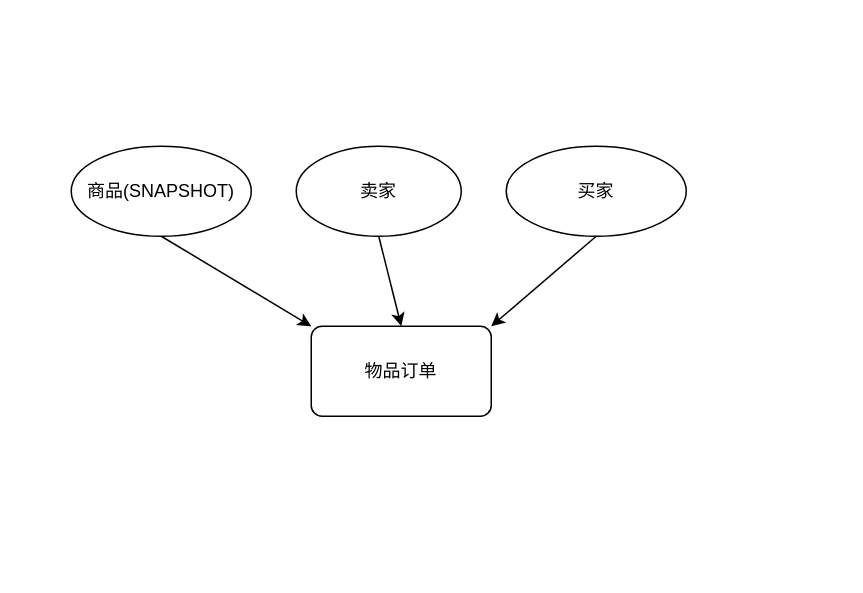
expliyh/school-fish keeps this draw.io diagram as drawio/数据描述/er.drawio. Above is the earlier version. Source tidied: cells renumbered, new cells numbered last; positions are measured from the earlier drawing's top-left corner, leaving out a move shared by most shapes. Both pictures are drawn from the tidied source at 150%, with x=0, y=0 at pixel (70, 146).
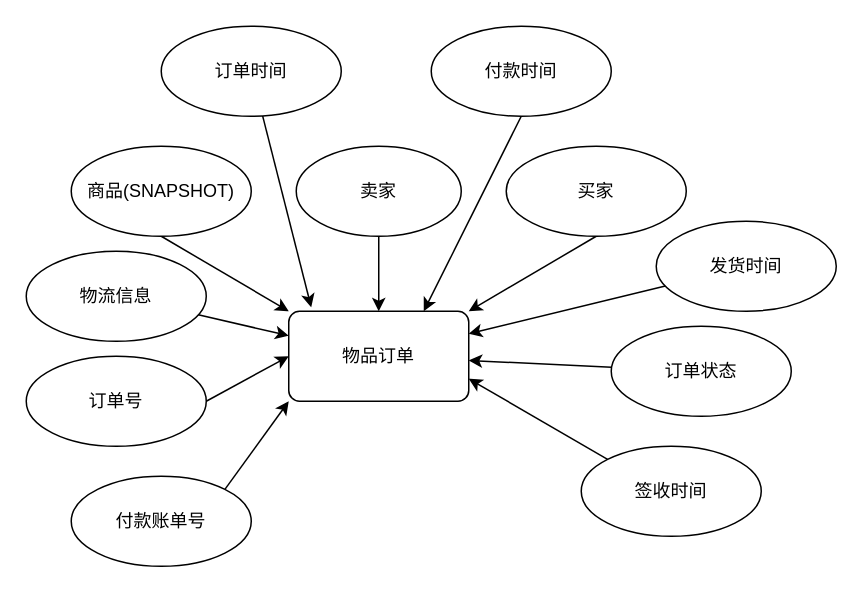
The same diagram, later.

Diff of the diagram source:
```diff
@@
     <mxCell id="2" value="物品订单" style="rounded=1;whiteSpace=wrap;html=1;arcSize=12;" parent="1" vertex="1">
-      <mxGeometry x="160" y="120" width="120" height="60" as="geometry" />
+      <mxGeometry x="145" y="110" width="120" height="60" as="geometry" />
     </mxCell>
@@
+    <mxCell id="9" style="edgeStyle=none;rounded=0;jettySize=auto;html=1;" parent="1" edge="1" source="10" target="2">
+      <mxGeometry relative="1" as="geometry" />
+    </mxCell>
+    <mxCell id="10" value="订单状态" style="ellipse;whiteSpace=wrap;html=1;" parent="1" vertex="1">
+      <mxGeometry x="360" y="120" width="120" height="60" as="geometry" />
+    </mxCell>
+    <mxCell id="11" style="edgeStyle=none;rounded=0;jettySize=auto;html=1;entryX=0.125;entryY=-0.044;entryDx=0;entryDy=0;entryPerimeter=0;" parent="1" edge="1" source="12" target="2">
+      <mxGeometry relative="1" as="geometry" />
+    </mxCell>
+    <mxCell id="12" value="订单时间" style="ellipse;whiteSpace=wrap;html=1;" parent="1" vertex="1">
+      <mxGeometry x="60" y="-80" width="120" height="60" as="geometry" />
+    </mxCell>
+    <mxCell id="13" style="edgeStyle=none;rounded=0;jettySize=auto;html=1;exitX=0.5;exitY=1;exitDx=0;exitDy=0;entryX=0.75;entryY=0;entryDx=0;entryDy=0;" parent="1" edge="1" source="14" target="2">
+      <mxGeometry relative="1" as="geometry" />
+    </mxCell>
+    <mxCell id="14" value="付款时间" style="ellipse;whiteSpace=wrap;html=1;" parent="1" vertex="1">
+      <mxGeometry x="240" y="-80" width="120" height="60" as="geometry" />
+    </mxCell>
+    <mxCell id="15" style="edgeStyle=none;rounded=0;jettySize=auto;html=1;entryX=1;entryY=0.25;entryDx=0;entryDy=0;" parent="1" edge="1" source="16" target="2">
+      <mxGeometry relative="1" as="geometry" />
+    </mxCell>
+    <mxCell id="16" value="发货时间" style="ellipse;whiteSpace=wrap;html=1;" parent="1" vertex="1">
+      <mxGeometry x="390" y="50" width="120" height="60" as="geometry" />
+    </mxCell>
+    <mxCell id="17" style="edgeStyle=none;rounded=0;jettySize=auto;html=1;" parent="1" edge="1" source="18" target="2">
+      <mxGeometry relative="1" as="geometry" />
+    </mxCell>
+    <mxCell id="18" value="物流信息" style="ellipse;whiteSpace=wrap;html=1;" parent="1" vertex="1">
+      <mxGeometry x="-30" y="70" width="120" height="60" as="geometry" />
+    </mxCell>
+    <mxCell id="19" style="edgeStyle=none;rounded=0;jettySize=auto;html=1;exitX=0;exitY=0;exitDx=0;exitDy=0;entryX=1;entryY=0.75;entryDx=0;entryDy=0;" parent="1" edge="1" source="20" target="2">
+      <mxGeometry relative="1" as="geometry" />
+    </mxCell>
+    <mxCell id="20" value="签收时间" style="ellipse;whiteSpace=wrap;html=1;" parent="1" vertex="1">
+      <mxGeometry x="340" y="200" width="120" height="60" as="geometry" />
+    </mxCell>
+    <mxCell id="21" style="edgeStyle=none;rounded=0;jettySize=auto;html=1;exitX=1;exitY=0.5;exitDx=0;exitDy=0;entryX=0;entryY=0.5;entryDx=0;entryDy=0;" parent="1" edge="1" source="22" target="2">
+      <mxGeometry relative="1" as="geometry" />
+    </mxCell>
+    <mxCell id="22" value="订单号" style="ellipse;whiteSpace=wrap;html=1;" parent="1" vertex="1">
+      <mxGeometry x="-30" y="140" width="120" height="60" as="geometry" />
+    </mxCell>
+    <mxCell id="23" style="edgeStyle=none;rounded=0;jettySize=auto;html=1;exitX=1;exitY=0;exitDx=0;exitDy=0;entryX=0;entryY=1;entryDx=0;entryDy=0;" parent="1" edge="1" source="24" target="2">
+      <mxGeometry relative="1" as="geometry" />
+    </mxCell>
+    <mxCell id="24" value="付款账单号" style="ellipse;whiteSpace=wrap;html=1;" parent="1" vertex="1">
+      <mxGeometry y="220" width="120" height="60" as="geometry" />
+    </mxCell>
```
